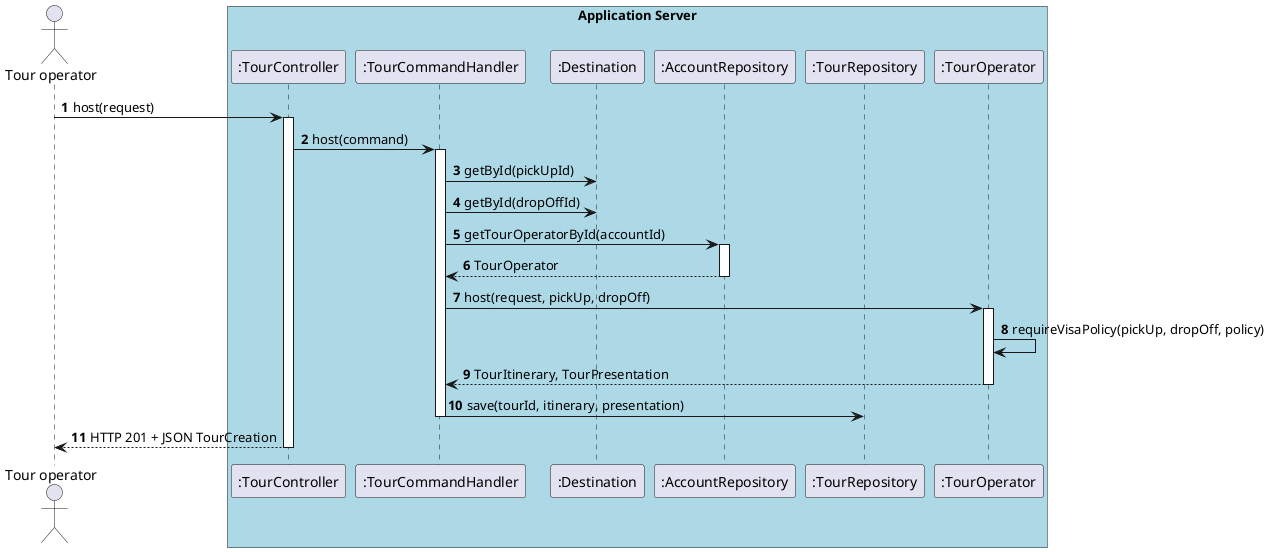
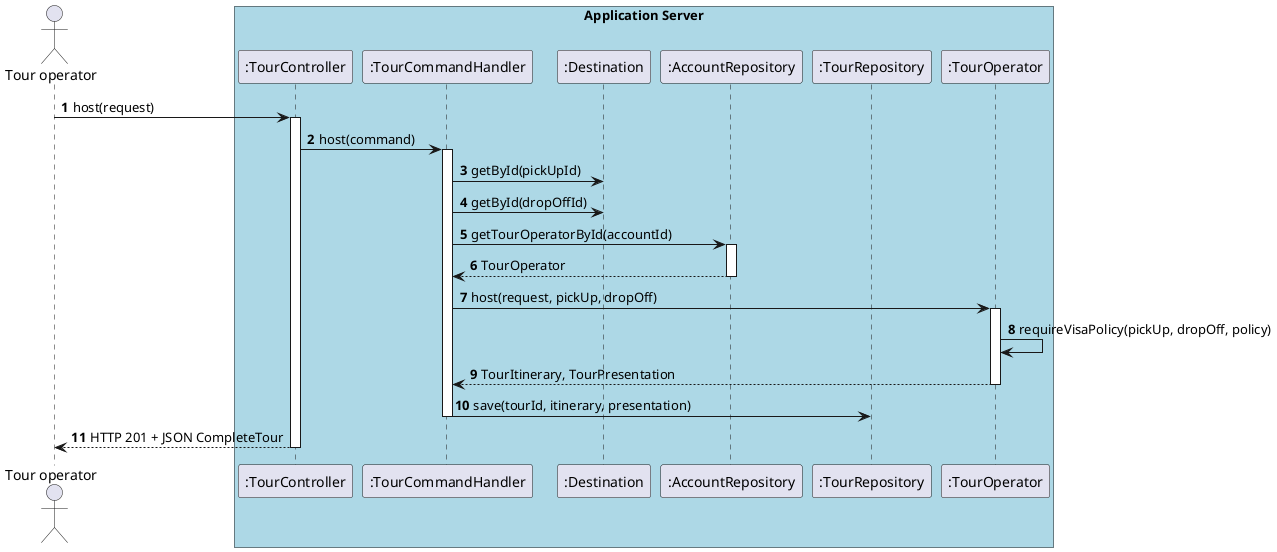
@startuml

autonumber

actor "Tour operator" as tourist
box "Application Server" #LightBlue
    participant ":TourController" as controller
    participant ":TourCommandHandler" as handler
    participant ":Destination" as destination
    participant ":AccountRepository" as accRepo
    participant ":TourRepository" as tourRepo
    participant ":TourOperator" as tourOp
end box

tourist -> controller : host(request)
activate controller

controller -> handler : host(command)
activate handler

handler -> destination : getById(pickUpId)
handler -> destination : getById(dropOffId)
handler -> accRepo : getTourOperatorById(accountId)
activate accRepo
handler <-- accRepo : TourOperator
deactivate accRepo

handler -> tourOp : host(request, pickUp, dropOff)
activate tourOp
tourOp -> tourOp : requireVisaPolicy(pickUp, dropOff, policy)
handler <-- tourOp : TourItinerary, TourPresentation
deactivate tourOp

handler -> tourRepo : save(tourId, itinerary, presentation)

deactivate handler

- controller --> tourist : HTTP 201 + JSON TourCreation
+ controller --> tourist : HTTP 201 + JSON CompleteTour
deactivate controller

@enduml